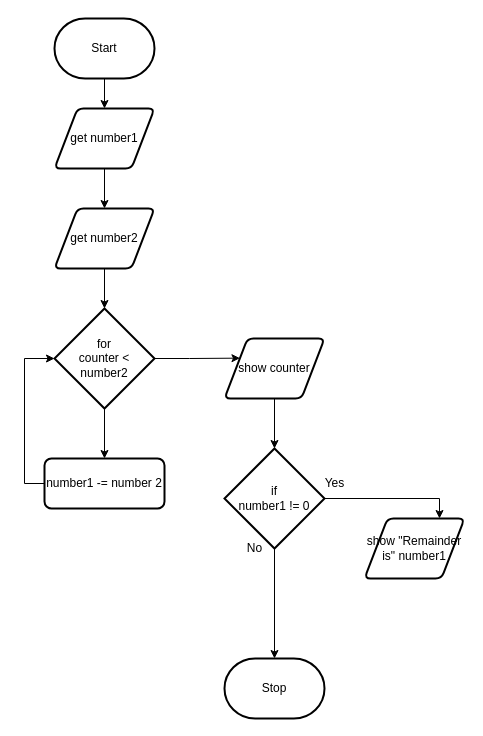
The draw.io diagram design/flowchart.drawio in MTHS-ICS2O-2-2022/ICS2O-Unit-5-08-charlotte-jhu, before the edit. Source tidied: cells renumbered, new cells numbered last; positions are measured from the earlier drawing's top-left corner, leaving out a move shared by most shapes. Both pictures are drawn from the tidied source at 100%, with x=0, y=0 at pixel (24, 18).
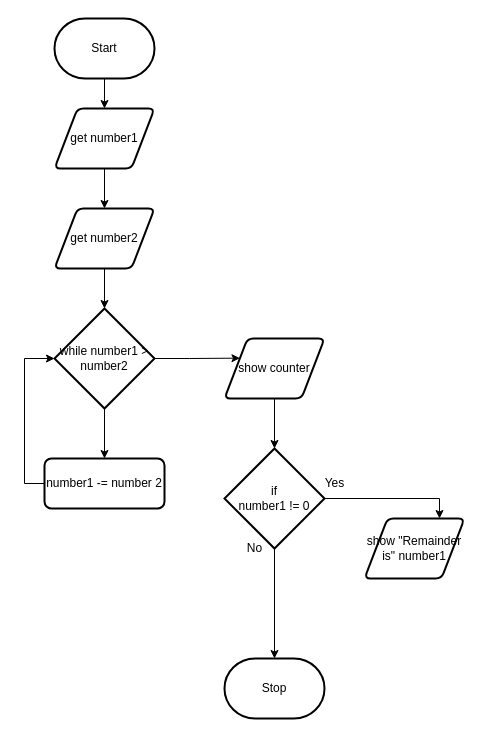
After the change.

The edit, as a diff of the source:
```diff
@@
-    <mxCell id="11" value="for&lt;br&gt;counter &amp;lt; number2" style="strokeWidth=2;html=1;shape=mxgraph.flowchart.decision;whiteSpace=wrap;" parent="1" vertex="1">
+    <mxCell id="11" value="while number1 &amp;gt; number2" style="strokeWidth=2;html=1;shape=mxgraph.flowchart.decision;whiteSpace=wrap;" parent="1" vertex="1">
       <mxGeometry x="30" y="290" width="100" height="100" as="geometry" />
     </mxCell>
```
